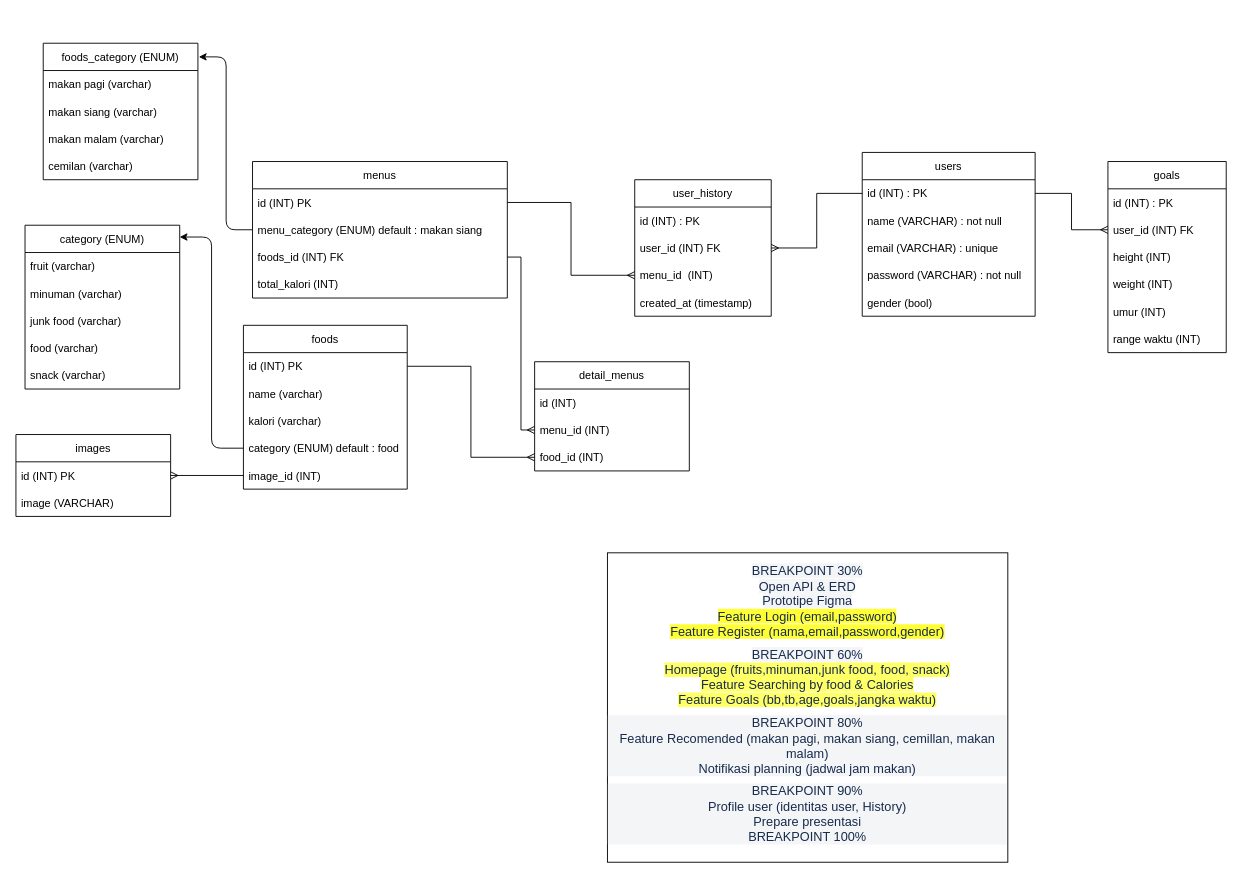
Before: concepts/erd/ERD.drawio in FINAL-PROJECT-ALTA/BE, a draw.io diagram. Source tidied: cells renumbered, new cells numbered last; positions are measured from the earlier drawing's top-left corner, leaving out a move shared by most shapes. Both pictures are drawn from the tidied source at 91%, with x=0, y=0 at pixel (15, 43).
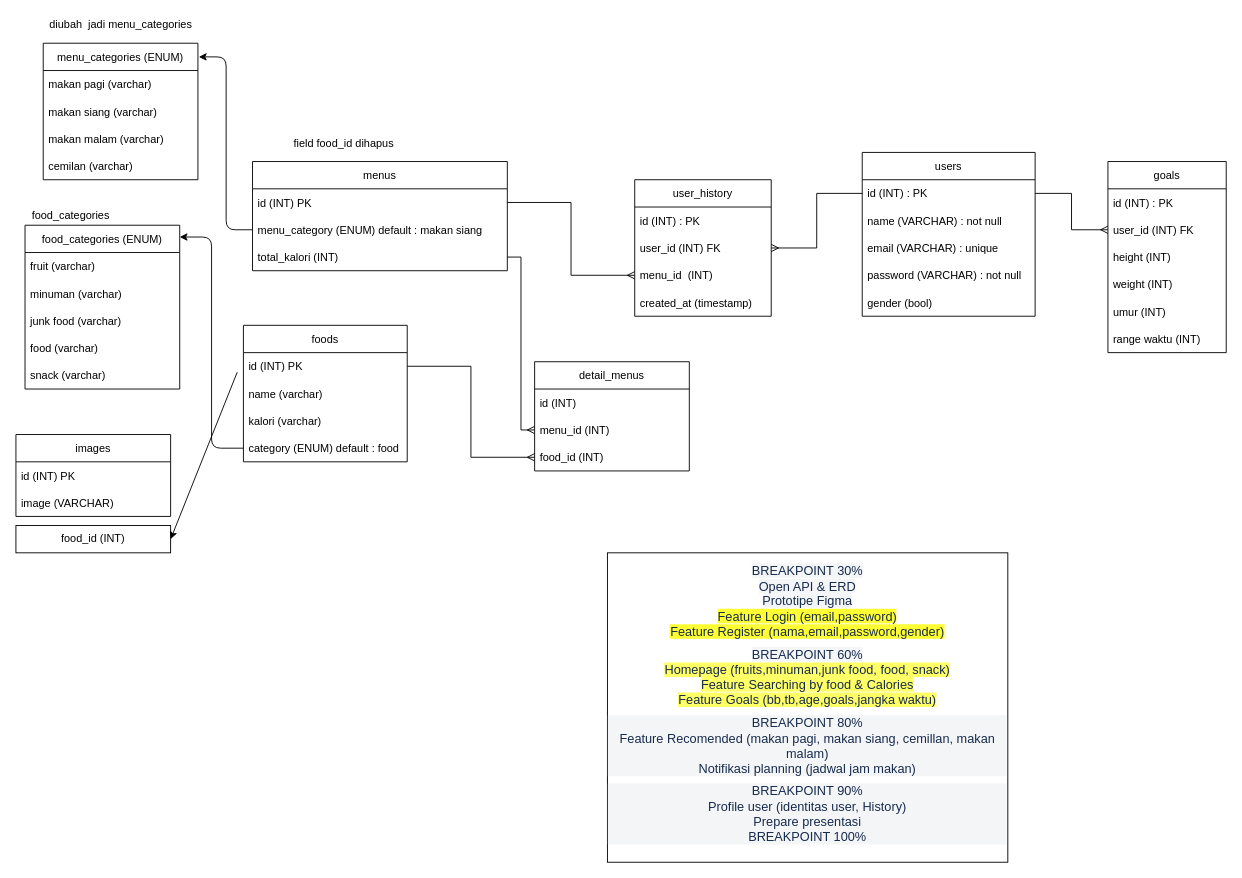
The same diagram, later.

Unchanged cells that the change refers to:
```xml
<mxCell id="15" value="id (INT) PK" style="text;strokeColor=none;fillColor=none;align=left;verticalAlign=middle;spacingLeft=4;spacingRight=4;overflow=hidden;points=[[0,0.5],[1,0.5]];portConstraint=eastwest;" parent="14" vertex="1">
  <mxGeometry y="30" width="170" height="30" as="geometry" />
</mxCell>
<mxCell id="19" value="id (INT) PK" style="text;strokeColor=none;fillColor=none;align=left;verticalAlign=middle;spacingLeft=4;spacingRight=4;overflow=hidden;points=[[0,0.5],[1,0.5]];portConstraint=eastwest;" parent="18" vertex="1">
  <mxGeometry y="30" width="180" height="30" as="geometry" />
</mxCell>
<mxCell id="46" value="menu_id (INT)" style="text;strokeColor=none;fillColor=none;align=left;verticalAlign=middle;spacingLeft=4;spacingRight=4;overflow=hidden;points=[[0,0.5],[1,0.5]];portConstraint=eastwest;" parent="44" vertex="1">
  <mxGeometry y="60" width="170" height="30" as="geometry" />
</mxCell>
```

Diff of the diagram source:
```diff
@@
-    <mxCell id="8" value="category (ENUM)" style="swimlane;fontStyle=0;horizontal=1;startSize=30;" parent="1" vertex="1">
+    <mxCell id="8" value="food_categories (ENUM)" style="swimlane;fontStyle=0;horizontal=1;startSize=30;" parent="1" vertex="1">
       <mxGeometry x="10" y="200" width="170" height="180" as="geometry" />
     </mxCell>
@@
-    <mxCell id="17" style="edgeStyle=elbowEdgeStyle;fontSize=12;html=1;endArrow=ERmany;rounded=0;exitX=0;exitY=0.5;exitDx=0;exitDy=0;entryX=1;entryY=0.5;entryDx=0;entryDy=0;" parent="1" edge="1" source="23" target="15">
-      <mxGeometry relative="1" as="geometry" />
-    </mxCell>
     <mxCell id="18" value="foods" style="swimlane;fontStyle=0;horizontal=1;startSize=30;" parent="1" vertex="1">
-      <mxGeometry x="250" y="310" width="180" height="180" as="geometry" />
+      <mxGeometry x="250" y="310" width="180" height="150" as="geometry" />
     </mxCell>
@@
-    <mxCell id="23" value="image_id (INT)" style="text;strokeColor=none;fillColor=none;align=left;verticalAlign=middle;spacingLeft=4;spacingRight=4;overflow=hidden;points=[[0,0.5],[1,0.5]];portConstraint=eastwest;" parent="18" vertex="1">
-      <mxGeometry y="150" width="180" height="30" as="geometry" />
-    </mxCell>
@@
     <mxCell id="33" value="menus" style="swimlane;fontStyle=0;horizontal=1;startSize=30;" parent="1" vertex="1">
-      <mxGeometry x="260" y="130" width="280" height="150" as="geometry" />
+      <mxGeometry x="260" y="130" width="280" height="120" as="geometry" />
     </mxCell>
@@
-    <mxCell id="36" value="foods_id (INT) FK" style="text;strokeColor=none;fillColor=none;align=left;verticalAlign=middle;spacingLeft=4;spacingRight=4;overflow=hidden;points=[[0,0.5],[1,0.5]];portConstraint=eastwest;" parent="33" vertex="1">
-      <mxGeometry y="90" width="280" height="30" as="geometry" />
-    </mxCell>
     <mxCell id="37" value="total_kalori (INT)" style="text;strokeColor=none;fillColor=none;align=left;verticalAlign=middle;spacingLeft=4;spacingRight=4;overflow=hidden;" parent="33" vertex="1">
-      <mxGeometry y="120" width="280" height="30" as="geometry" />
+      <mxGeometry y="90" width="280" height="30" as="geometry" />
     </mxCell>
-    <mxCell id="38" value="foods_category (ENUM)" style="swimlane;fontStyle=0;horizontal=1;startSize=30;" parent="1" vertex="1">
+    <mxCell id="38" value="menu_categories (ENUM)" style="swimlane;fontStyle=0;horizontal=1;startSize=30;" parent="1" vertex="1">
       <mxGeometry x="30" width="170" height="150" as="geometry" />
     </mxCell>
@@
-    <mxCell id="43" style="edgeStyle=elbowEdgeStyle;fontSize=12;html=1;endArrow=ERmany;rounded=0;exitX=1;exitY=0.5;exitDx=0;exitDy=0;entryX=0;entryY=0.5;entryDx=0;entryDy=0;" parent="1" edge="1" source="36" target="46">
-      <mxGeometry relative="1" as="geometry" />
+    <mxCell id="43" style="edgeStyle=elbowEdgeStyle;fontSize=12;html=1;endArrow=ERmany;rounded=0;exitX=1;exitY=0.5;exitDx=0;exitDy=0;entryX=0;entryY=0.5;entryDx=0;entryDy=0;" parent="1" edge="1" target="46">
+      <mxGeometry relative="1" as="geometry">
+        <mxPoint x="540" y="235" as="sourcePoint" />
+      </mxGeometry>
     </mxCell>
@@
+    <mxCell id="58" value="diubah&amp;nbsp; jadi menu_categories" style="text;html=1;align=center;verticalAlign=middle;strokeColor=none;fillColor=none;" parent="1" vertex="1">
+      <mxGeometry x="30" y="-30" width="170" height="20" as="geometry" />
+    </mxCell>
+    <mxCell id="59" value="food_categories" style="text;html=1;align=center;verticalAlign=middle;strokeColor=none;fillColor=none;" parent="1" vertex="1">
+      <mxGeometry x="10" y="180" width="100" height="20" as="geometry" />
+    </mxCell>
+    <mxCell id="60" value="field food_id dihapus" style="text;html=1;align=center;verticalAlign=middle;strokeColor=none;fillColor=none;" parent="1" vertex="1">
+      <mxGeometry x="300" y="100" width="120" height="20" as="geometry" />
+    </mxCell>
+    <mxCell id="61" value="&lt;span style=&quot;text-align: left&quot;&gt;food_id (INT)&lt;/span&gt;" style="whiteSpace=wrap;html=1;" parent="1" vertex="1">
+      <mxGeometry y="530" width="170" height="30" as="geometry" />
+    </mxCell>
+    <mxCell id="62" style="edgeStyle=none;html=1;entryX=1;entryY=0.5;entryDx=0;entryDy=0;exitX=-0.038;exitY=0.719;exitDx=0;exitDy=0;exitPerimeter=0;" parent="1" edge="1" source="19" target="61">
+      <mxGeometry relative="1" as="geometry" />
+    </mxCell>
```
